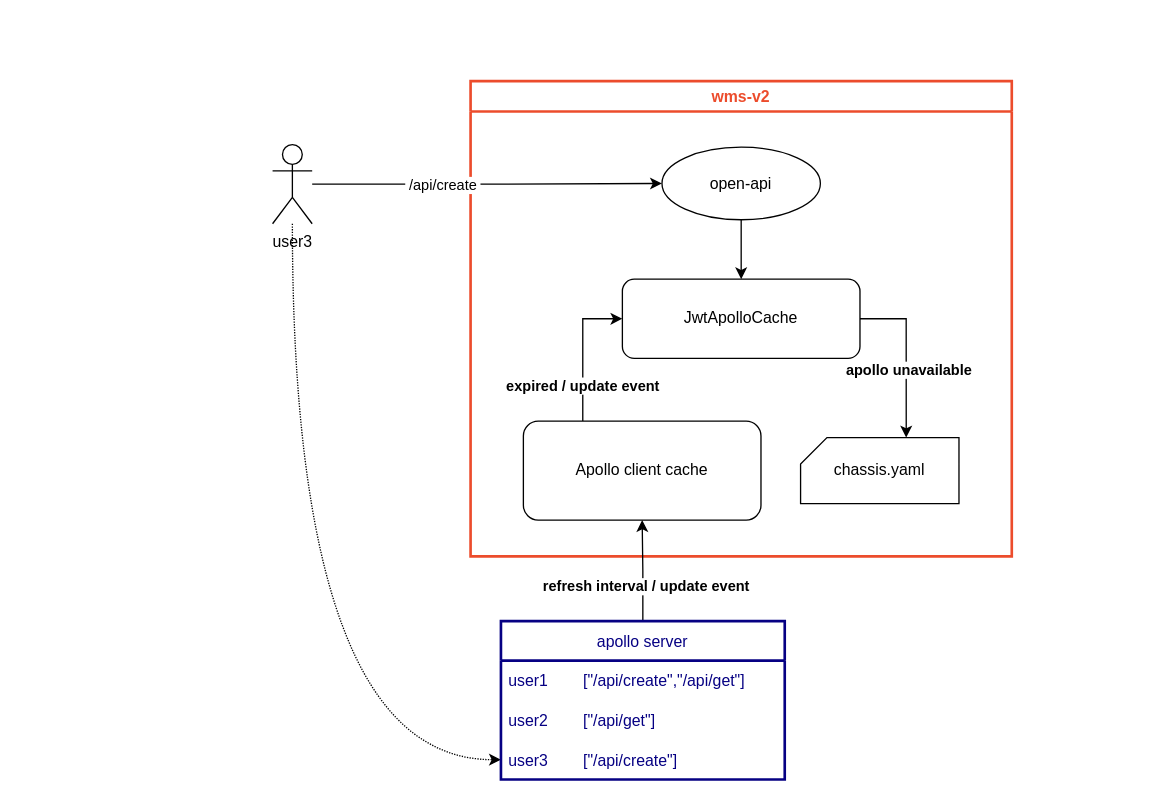
Above: jwt-merge-desc.drawio in yindongjun/drawio-2 (draw.io), before the change. Source tidied: cells renumbered, new cells numbered last; positions are measured from the earlier drawing's top-left corner, leaving out a move shared by most shapes. Both pictures are drawn from the tidied source at 132%, with x=0, y=0 at pixel (272, 81).
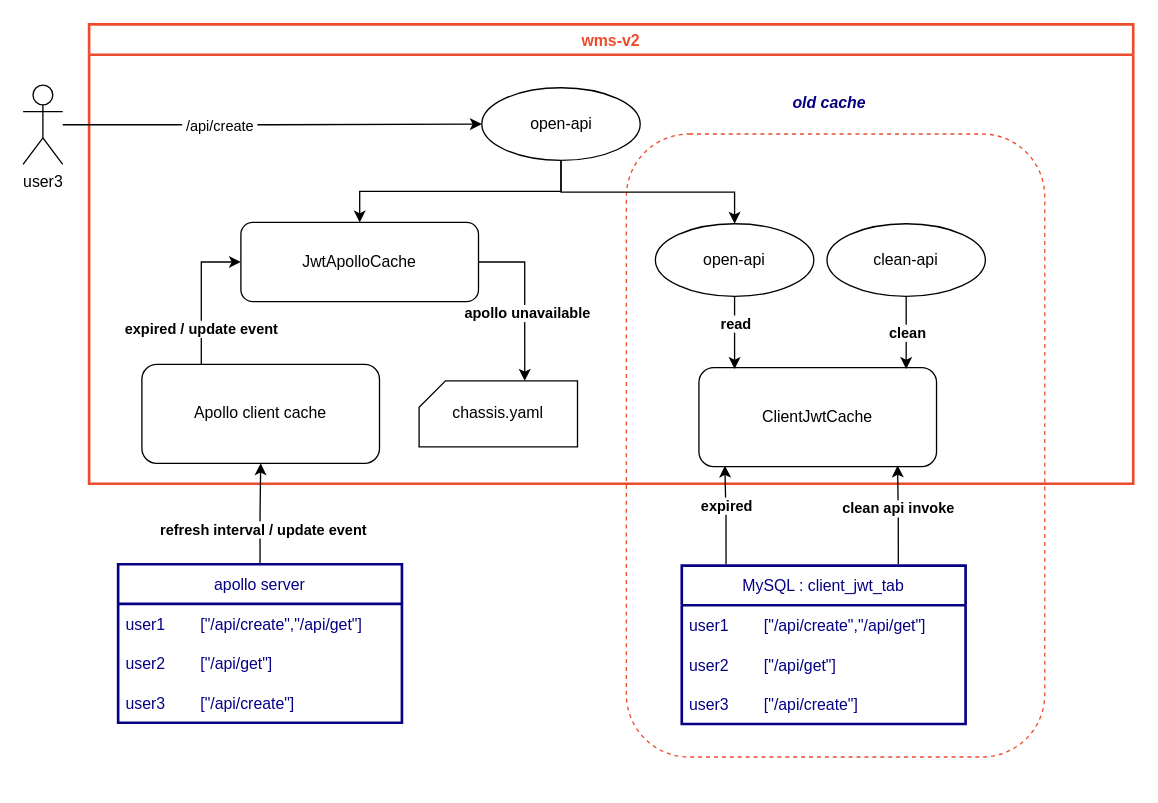
The same diagram, later.

Unchanged cells that the change refers to:
```xml
<mxCell id="9" value="JwtApolloCache" style="rounded=1;whiteSpace=wrap;html=1;" parent="2" vertex="1">
  <mxGeometry x="115" y="150" width="180" height="60" as="geometry" />
</mxCell>
<mxCell id="20" value="user3        [&quot;/api/create&quot;]" style="text;strokeColor=none;fillColor=none;align=left;verticalAlign=middle;spacingLeft=4;spacingRight=4;overflow=hidden;points=[[0,0.5],[1,0.5]];portConstraint=eastwest;fontColor=#060083;" parent="17" vertex="1">
  <mxGeometry y="90" width="215" height="30" as="geometry" />
</mxCell>
```

Diff of the diagram source:
```diff
@@
+    <mxCell id="21" style="rounded=1;whiteSpace=wrap;html=1;fillColor=none;dashed=1;fontColor=#000000;strokeColor=#EC4C2C;" parent="1" vertex="1">
+      <mxGeometry x="268" y="40" width="317" height="472" as="geometry" />
+    </mxCell>
     <mxCell id="2" value="wms-v2" style="swimlane;startSize=23;strokeColor=#EC4C2C;fontColor=#EC4C2C;strokeWidth=2;" parent="1" vertex="1">
-      <mxGeometry x="150" width="410" height="360" as="geometry" />
+      <mxGeometry x="-139" y="-43" width="791" height="348" as="geometry" />
     </mxCell>
@@
-    <mxCell id="5" style="edgeStyle=orthogonalEdgeStyle;rounded=0;jettySize=auto;html=1;entryX=0.5;entryY=0;entryDx=0;entryDy=0;" parent="2" edge="1" source="6" target="9">
+    <mxCell id="5" style="edgeStyle=orthogonalEdgeStyle;rounded=0;jettySize=auto;html=1;entryX=0.5;entryY=0;entryDx=0;entryDy=0;exitX=0.5;exitY=1;exitDx=0;exitDy=0;" parent="2" edge="1" source="6" target="9">
       <mxGeometry relative="1" as="geometry" />
     </mxCell>
+    <mxCell id="22" style="edgeStyle=orthogonalEdgeStyle;rounded=0;jettySize=auto;html=1;entryX=0.5;entryY=0;entryDx=0;entryDy=0;exitX=0.5;exitY=1;exitDx=0;exitDy=0;" parent="2" edge="1" source="6" target="26">
+      <mxGeometry relative="1" as="geometry">
+        <Array as="points">
+          <mxPoint x="358" y="127" />
+          <mxPoint x="489" y="127" />
+        </Array>
+      </mxGeometry>
+    </mxCell>
     <mxCell id="6" value="open-api" style="ellipse;whiteSpace=wrap;html=1;" parent="2" vertex="1">
-      <mxGeometry x="145" y="50" width="120" height="55" as="geometry" />
+      <mxGeometry x="297.5" y="48" width="120" height="55" as="geometry" />
     </mxCell>
@@
+    <mxCell id="23" value="ClientJwtCache" style="rounded=1;whiteSpace=wrap;html=1;" parent="2" vertex="1">
+      <mxGeometry x="462" y="260" width="180" height="75" as="geometry" />
+    </mxCell>
+    <mxCell id="24" style="edgeStyle=orthogonalEdgeStyle;rounded=0;jettySize=auto;html=1;entryX=0.25;entryY=0;entryDx=0;entryDy=0;" parent="2" edge="1" source="26">
+      <mxGeometry relative="1" as="geometry">
+        <mxPoint x="489" y="261" as="targetPoint" />
+      </mxGeometry>
+    </mxCell>
+    <mxCell id="25" value="read" style="edgeLabel;html=1;align=center;verticalAlign=middle;fontStyle=1;" parent="24" vertex="1">
+      <mxGeometry x="-0.28" relative="1" as="geometry" />
+    </mxCell>
+    <mxCell id="26" value="open-api" style="ellipse;whiteSpace=wrap;html=1;" parent="2" vertex="1">
+      <mxGeometry x="429" y="151" width="120" height="55" as="geometry" />
+    </mxCell>
+    <mxCell id="27" value="clean" style="edgeStyle=orthogonalEdgeStyle;rounded=0;jettySize=auto;html=1;fontStyle=1;" parent="2" edge="1" source="28">
+      <mxGeometry relative="1" as="geometry">
+        <mxPoint x="619" y="261" as="targetPoint" />
+      </mxGeometry>
+    </mxCell>
+    <mxCell id="28" value="clean-api" style="ellipse;whiteSpace=wrap;html=1;" parent="2" vertex="1">
+      <mxGeometry x="559" y="151" width="120" height="55" as="geometry" />
+    </mxCell>
+    <mxCell id="29" value="old cache" style="text;html=1;strokeColor=none;fillColor=none;align=center;verticalAlign=middle;whiteSpace=wrap;rounded=0;dashed=1;fontStyle=3;fontColor=#060083;" parent="2" vertex="1">
+      <mxGeometry x="531" y="45" width="60" height="30" as="geometry" />
+    </mxCell>
@@
-    <mxCell id="13" style="edgeStyle=orthogonalEdgeStyle;jettySize=auto;html=1;fontColor=#000000;curved=1;dashed=1;dashPattern=1 1;" parent="1" edge="1" source="14" target="20">
-      <mxGeometry relative="1" as="geometry" />
-    </mxCell>
     <mxCell id="14" value="user3" style="shape=umlActor;verticalLabelPosition=bottom;verticalAlign=top;html=1;outlineConnect=0;" parent="1" vertex="1">
-      <mxGeometry y="48" width="30" height="60" as="geometry" />
+      <mxGeometry x="-189" y="3" width="30" height="60" as="geometry" />
     </mxCell>
@@
     <mxCell id="17" value="apollo server" style="swimlane;fontStyle=0;horizontal=1;startSize=30;strokeColor=#060083;strokeWidth=2;fontColor=#060083;" parent="1" vertex="1">
-      <mxGeometry x="173" y="409" width="215" height="120" as="geometry" />
+      <mxGeometry x="-117" y="366" width="215" height="120" as="geometry" />
     </mxCell>
@@
+    <mxCell id="30" value="MySQL : client_jwt_tab" style="swimlane;fontStyle=0;horizontal=1;startSize=30;strokeColor=#060083;strokeWidth=2;fontColor=#060083;" parent="1" vertex="1">
+      <mxGeometry x="310" y="367" width="215" height="120" as="geometry" />
+    </mxCell>
+    <mxCell id="31" value="user1        [&quot;/api/create&quot;,&quot;/api/get&quot;]" style="text;strokeColor=none;fillColor=none;align=left;verticalAlign=middle;spacingLeft=4;spacingRight=4;overflow=hidden;fontColor=#060083;" parent="30" vertex="1">
+      <mxGeometry y="30" width="215" height="30" as="geometry" />
+    </mxCell>
+    <mxCell id="32" value="user2        [&quot;/api/get&quot;]" style="text;strokeColor=none;fillColor=none;align=left;verticalAlign=middle;spacingLeft=4;spacingRight=4;overflow=hidden;fontColor=#060083;" parent="30" vertex="1">
+      <mxGeometry y="60" width="215" height="30" as="geometry" />
+    </mxCell>
+    <mxCell id="33" value="user3        [&quot;/api/create&quot;]" style="text;strokeColor=none;fillColor=none;align=left;verticalAlign=middle;spacingLeft=4;spacingRight=4;overflow=hidden;fontColor=#060083;" parent="30" vertex="1">
+      <mxGeometry y="90" width="215" height="30" as="geometry" />
+    </mxCell>
+    <mxCell id="34" style="edgeStyle=orthogonalEdgeStyle;rounded=0;jettySize=auto;html=1;exitX=0.156;exitY=-0.008;exitDx=0;exitDy=0;exitPerimeter=0;entryX=0.109;entryY=0.99;entryDx=0;entryDy=0;entryPerimeter=0;" parent="1" edge="1" source="30" target="23">
+      <mxGeometry relative="1" as="geometry" />
+    </mxCell>
+    <mxCell id="35" value="expired" style="edgeLabel;html=1;align=center;verticalAlign=middle;fontStyle=1;" parent="34" vertex="1">
+      <mxGeometry x="0.2" y="-1" relative="1" as="geometry" />
+    </mxCell>
+    <mxCell id="36" style="edgeStyle=orthogonalEdgeStyle;rounded=0;jettySize=auto;html=1;exitX=0.763;exitY=-0.01;exitDx=0;exitDy=0;exitPerimeter=0;entryX=0.836;entryY=0.988;entryDx=0;entryDy=0;entryPerimeter=0;" parent="1" edge="1" source="30" target="23">
+      <mxGeometry relative="1" as="geometry" />
+    </mxCell>
+    <mxCell id="37" value="clean api invoke" style="edgeLabel;html=1;align=center;verticalAlign=middle;fontStyle=1;" parent="36" vertex="1">
+      <mxGeometry x="0.15" relative="1" as="geometry" />
+    </mxCell>
```
